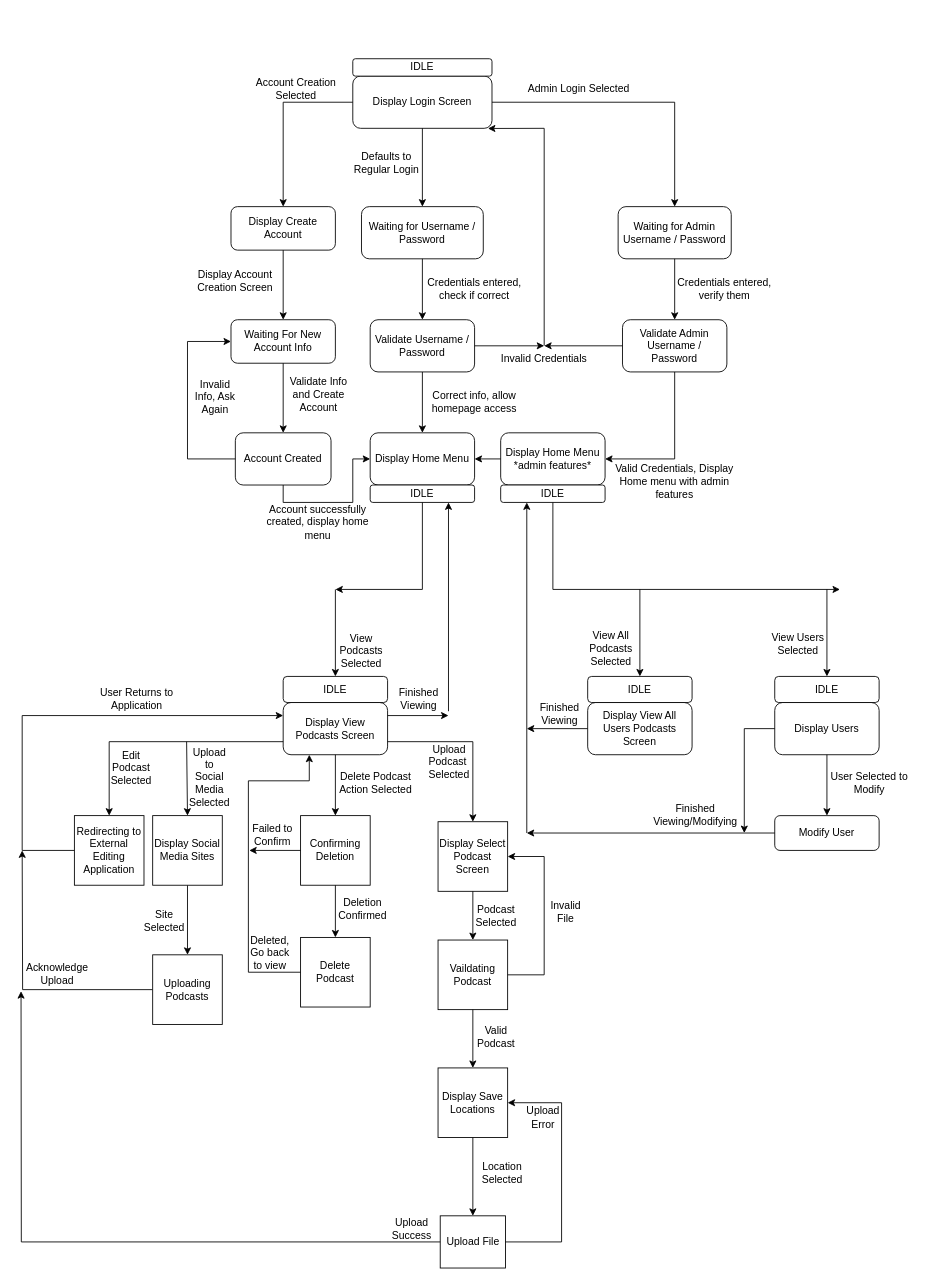
Above: D6a-Statecharts/Combined.drawio in Glizzus/COMP-3700 (draw.io), before the change. Source tidied: cells renumbered, new cells numbered last; positions are measured from the earlier drawing's top-left corner, leaving out a move shared by most shapes. Both pictures are drawn from the tidied source at 87%, with x=0, y=0 at pixel (17, 58).
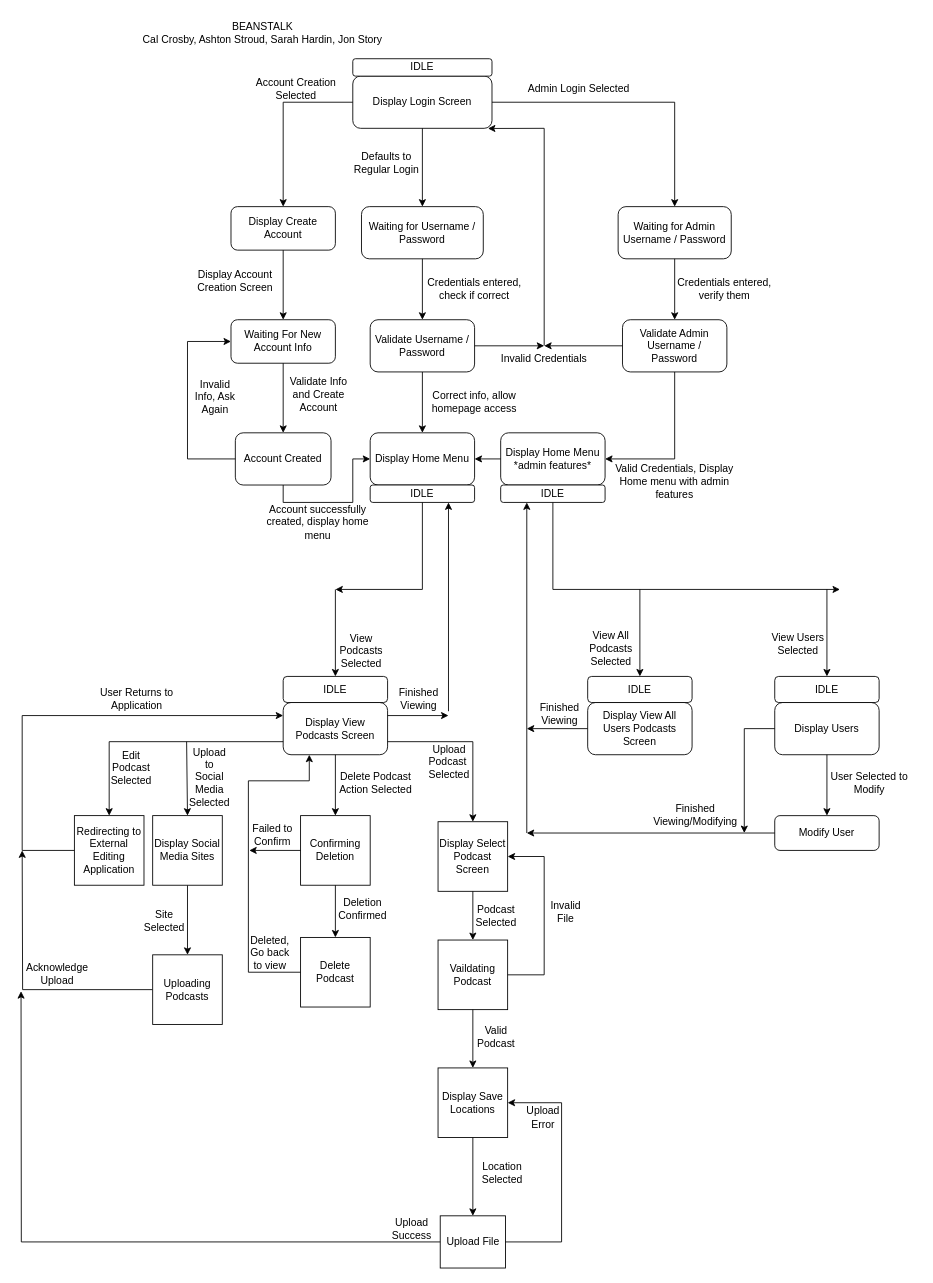
Above is the later version.

The edit, as a diff of the source:
```diff
@@
+    <mxCell id="112" value="BEANSTALK&lt;br&gt;Cal Crosby, Ashton Stroud, Sarah Hardin, Jon Story" style="text;html=1;align=center;verticalAlign=middle;strokeColor=none;fillColor=none;" parent="1" vertex="1">
+      <mxGeometry x="131" y="-50" width="300" height="40" as="geometry" />
+    </mxCell>
```
